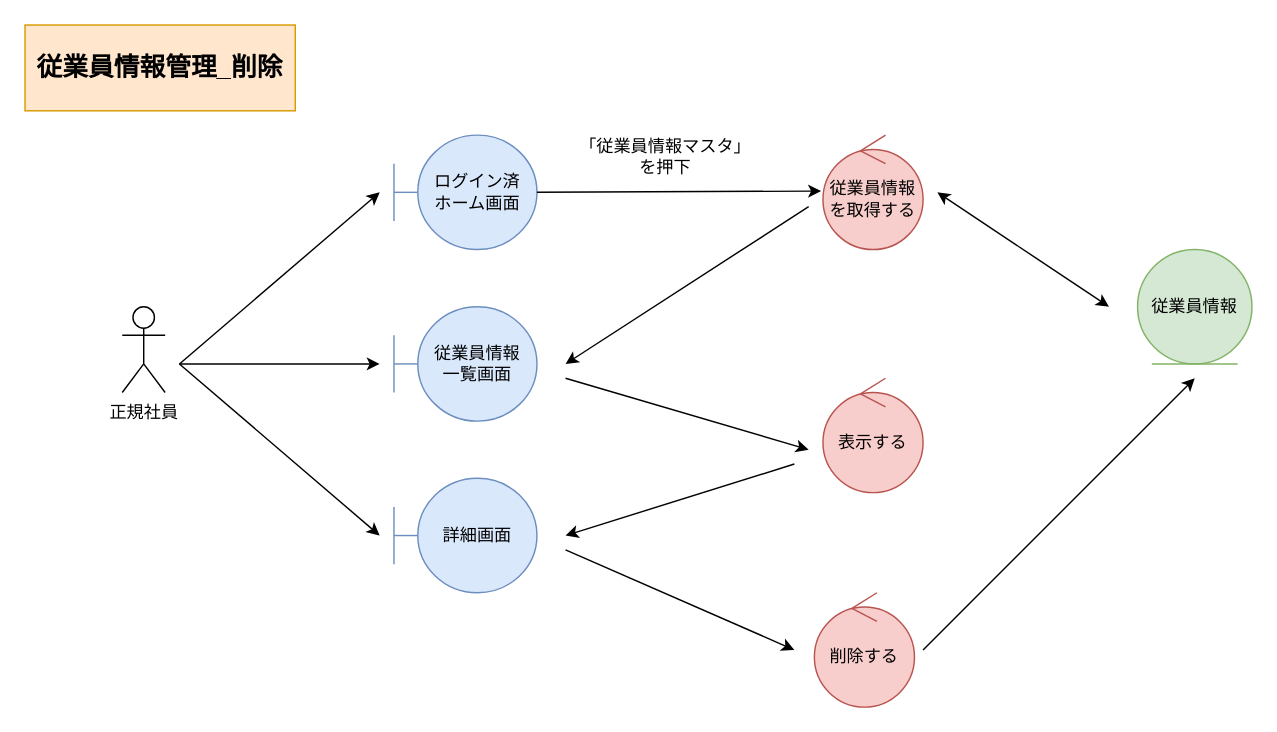
The draw.io diagram page "*従業員情報管理_削除" (4 of 5) of 各種設計書/3ロバストネス図/マスタ管理/1.従業員情報マスタ.drawio in HaruShim/Sotuken, before the edit. Source tidied: cells renumbered, new cells numbered last; positions are measured from the earlier drawing's top-left corner, leaving out a move shared by most shapes. Both pictures are drawn from the tidied source at 143%, with x=0, y=0 at pixel (24, 24).
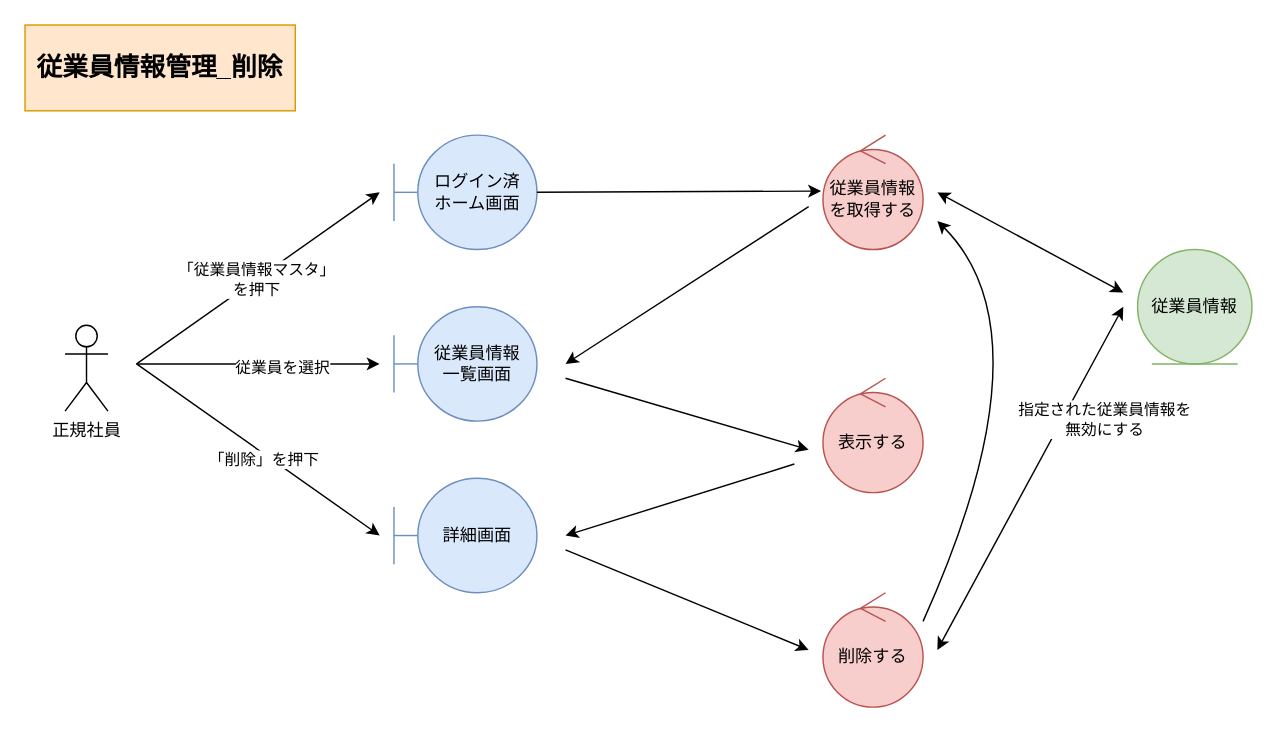
The same page after the edit.

What changed in the source:
```diff
@@
-    <mxCell id="2" value="正規社員" style="shape=umlActor;verticalLabelPosition=bottom;verticalAlign=top;html=1;" parent="1" vertex="1">
-      <mxGeometry x="68" y="197" width="30" height="60" as="geometry" />
-    </mxCell>
@@
-    <mxCell id="10" value="「従業員情報マスタ」&lt;br&gt;を押下" style="text;html=1;strokeColor=none;fillColor=none;align=center;verticalAlign=middle;whiteSpace=wrap;rounded=0;" parent="1" vertex="1">
-      <mxGeometry x="368" y="77" width="160" height="30" as="geometry" />
-    </mxCell>
@@
     <mxCell id="13" style="endArrow=classic;html=1;rounded=0;startArrow=classic;startFill=1;" parent="1" edge="1">
       <mxGeometry relative="1" as="geometry">
         <mxPoint x="638" y="117" as="sourcePoint" />
-        <mxPoint x="758" y="197" as="targetPoint" />
+        <mxPoint x="768" y="187" as="targetPoint" />
       </mxGeometry>
     </mxCell>
     <mxCell id="14" value="削除する" style="ellipse;shape=umlControl;whiteSpace=wrap;html=1;fillColor=#f8cecc;strokeColor=#b85450;" parent="1" vertex="1">
-      <mxGeometry x="552" y="397" width="70" height="80" as="geometry" />
+      <mxGeometry x="558" y="397" width="70" height="80" as="geometry" />
     </mxCell>
-    <mxCell id="15" style="endArrow=classic;html=1;rounded=0;" parent="1" edge="1">
+    <mxCell id="15" style="endArrow=classic;html=1;rounded=0;startArrow=classic;startFill=1;" parent="1" edge="1">
       <mxGeometry relative="1" as="geometry">
-        <mxPoint x="628" y="437" as="sourcePoint" />
-        <mxPoint x="818" y="247" as="targetPoint" />
+        <mxPoint x="638" y="437" as="sourcePoint" />
+        <mxPoint x="768" y="197" as="targetPoint" />
       </mxGeometry>
     </mxCell>
+    <mxCell id="22" value="指定された従業員情報を&lt;br&gt;無効にする" style="edgeLabel;html=1;align=center;verticalAlign=middle;" parent="15" vertex="1">
+      <mxGeometry x="0.25" y="-1" relative="1" as="geometry">
+        <mxPoint x="34" y="-12" as="offset" />
+      </mxGeometry>
+    </mxCell>
@@
     <mxCell id="17" style="endArrow=classic;html=1;rounded=0;" parent="1" edge="1">
       <mxGeometry relative="1" as="geometry">
         <mxPoint x="378" y="367" as="sourcePoint" />
-        <mxPoint x="538" y="437" as="targetPoint" />
+        <mxPoint x="548" y="437" as="targetPoint" />
       </mxGeometry>
     </mxCell>
-    <mxCell id="18" style="endArrow=classic;html=1;rounded=0;" parent="1" edge="1">
-      <mxGeometry relative="1" as="geometry">
-        <mxPoint x="108" y="237" as="sourcePoint" />
-        <mxPoint x="248" y="237" as="targetPoint" />
-      </mxGeometry>
-    </mxCell>
-    <mxCell id="19" style="endArrow=classic;html=1;rounded=0;" parent="1" edge="1">
-      <mxGeometry relative="1" as="geometry">
-        <mxPoint x="108" y="237" as="sourcePoint" />
-        <mxPoint x="248" y="117" as="targetPoint" />
-      </mxGeometry>
-    </mxCell>
-    <mxCell id="20" style="endArrow=classic;html=1;rounded=0;" parent="1" edge="1">
-      <mxGeometry relative="1" as="geometry">
-        <mxPoint x="108" y="237" as="sourcePoint" />
-        <mxPoint x="248" y="357" as="targetPoint" />
-      </mxGeometry>
-    </mxCell>
@@
+    <mxCell id="2" value="正規社員" style="shape=umlActor;verticalLabelPosition=bottom;verticalAlign=top;html=1;" parent="1" vertex="1">
+      <mxGeometry x="28" y="210" width="30" height="60" as="geometry" />
+    </mxCell>
+    <mxCell id="23" style="endArrow=classic;html=1;rounded=0;" parent="1" edge="1">
+      <mxGeometry relative="1" as="geometry">
+        <mxPoint x="78" y="237" as="sourcePoint" />
+        <mxPoint x="248" y="117" as="targetPoint" />
+      </mxGeometry>
+    </mxCell>
+    <mxCell id="10" value="「従業員情報マスタ」&lt;br&gt;を押下" style="edgeLabel;html=1;align=center;verticalAlign=middle;" parent="23" vertex="1">
+      <mxGeometry x="-0.22" relative="1" as="geometry">
+        <mxPoint x="17" y="-13" as="offset" />
+      </mxGeometry>
+    </mxCell>
+    <mxCell id="24" style="endArrow=classic;html=1;rounded=0;" parent="1" edge="1">
+      <mxGeometry relative="1" as="geometry">
+        <mxPoint x="78" y="237" as="sourcePoint" />
+        <mxPoint x="248" y="237" as="targetPoint" />
+      </mxGeometry>
+    </mxCell>
+    <mxCell id="25" value="従業員を選択" style="edgeLabel;html=1;align=center;verticalAlign=middle;" parent="24" vertex="1">
+      <mxGeometry x="0.19" y="-2" relative="1" as="geometry" />
+    </mxCell>
+    <mxCell id="26" style="endArrow=classic;html=1;rounded=0;" parent="1" edge="1">
+      <mxGeometry relative="1" as="geometry">
+        <mxPoint x="78" y="237" as="sourcePoint" />
+        <mxPoint x="248" y="357" as="targetPoint" />
+      </mxGeometry>
+    </mxCell>
+    <mxCell id="27" value="「削除」を押下" style="edgeLabel;html=1;align=center;verticalAlign=middle;" parent="26" vertex="1">
+      <mxGeometry x="0.21" y="-3" relative="1" as="geometry">
+        <mxPoint x="-13" y="-9" as="offset" />
+      </mxGeometry>
+    </mxCell>
+    <mxCell id="28" style="curved=1;endArrow=classic;html=1;rounded=0;" parent="1" edge="1">
+      <mxGeometry relative="1" as="geometry">
+        <mxPoint x="628" y="417" as="sourcePoint" />
+        <mxPoint x="638" y="137" as="targetPoint" />
+        <Array as="points">
+          <mxPoint x="718" y="217" />
+        </Array>
+      </mxGeometry>
+    </mxCell>
```
